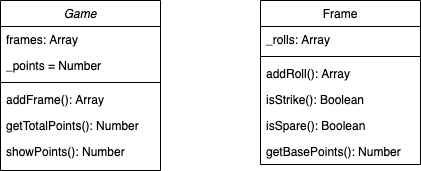
Earlier version of the draw.io export public/images/BowlingChallenge.png (makersacademy/bowling-challenge). Source tidied: cells renumbered, new cells last; positions are measured from the earlier drawing's top-left corner, leaving out a move shared by most shapes.
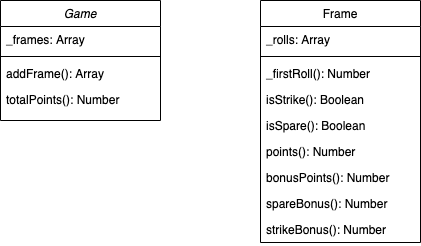
Later version of the same file.

Change to the diagram source:
```diff
@@ -3,28 +3,22 @@
     <mxCell id="0" />
     <mxCell id="1" parent="0" />
     <mxCell id="2" value="Game" style="swimlane;fontStyle=2;align=center;verticalAlign=top;horizontal=1;startSize=26;rounded=0;shadow=0;strokeWidth=1;" parent="1" vertex="1">
-      <mxGeometry width="160" height="170" as="geometry" />
+      <mxGeometry width="160" height="120" as="geometry" />
     </mxCell>
-    <mxCell id="3" value="frames: Array" style="text;align=left;verticalAlign=top;spacingLeft=4;spacingRight=4;overflow=hidden;" parent="2" vertex="1">
+    <mxCell id="3" value="_frames: Array" style="text;align=left;verticalAlign=top;spacingLeft=4;spacingRight=4;overflow=hidden;" parent="2" vertex="1">
       <mxGeometry y="26" width="160" height="26" as="geometry" />
     </mxCell>
-    <mxCell id="4" value="_points = Number" style="text;align=left;verticalAlign=top;spacingLeft=4;spacingRight=4;overflow=hidden;rounded=0;shadow=0;html=0;" parent="2" vertex="1">
-      <mxGeometry y="52" width="160" height="26" as="geometry" />
-    </mxCell>
     <mxCell id="5" style="line;html=1;strokeWidth=1;align=left;verticalAlign=middle;spacingTop=-1;spacingLeft=3;spacingRight=3;labelPosition=right;" parent="2" vertex="1">
-      <mxGeometry y="78" width="160" height="8" as="geometry" />
+      <mxGeometry y="52" width="160" height="8" as="geometry" />
     </mxCell>
     <mxCell id="6" value="addFrame(): Array" style="text;align=left;verticalAlign=top;spacingLeft=4;spacingRight=4;overflow=hidden;rounded=0;shadow=0;html=0;" parent="2" vertex="1">
-      <mxGeometry y="86" width="160" height="26" as="geometry" />
+      <mxGeometry y="60" width="160" height="26" as="geometry" />
     </mxCell>
-    <mxCell id="7" value="getTotalPoints(): Number" style="text;align=left;verticalAlign=top;spacingLeft=4;spacingRight=4;overflow=hidden;rounded=0;shadow=0;html=0;" parent="2" vertex="1">
-      <mxGeometry y="112" width="160" height="26" as="geometry" />
+    <mxCell id="7" value="totalPoints(): Number" style="text;align=left;verticalAlign=top;spacingLeft=4;spacingRight=4;overflow=hidden;rounded=0;shadow=0;html=0;" parent="2" vertex="1">
+      <mxGeometry y="86" width="160" height="26" as="geometry" />
     </mxCell>
-    <mxCell id="8" value="showPoints(): Number" style="text;align=left;verticalAlign=top;spacingLeft=4;spacingRight=4;overflow=hidden;rounded=0;shadow=0;html=0;" parent="2" vertex="1">
-      <mxGeometry y="138" width="160" height="26" as="geometry" />
-    </mxCell>
     <mxCell id="9" value="Frame" style="swimlane;fontStyle=0;align=center;verticalAlign=top;horizontal=1;startSize=26;rounded=0;shadow=0;strokeWidth=1;" parent="1" vertex="1">
-      <mxGeometry x="260" width="160" height="164" as="geometry" />
+      <mxGeometry x="260" width="160" height="242" as="geometry" />
     </mxCell>
     <mxCell id="10" value="_rolls: Array" style="text;align=left;verticalAlign=top;spacingLeft=4;spacingRight=4;overflow=hidden;" parent="9" vertex="1">
       <mxGeometry y="26" width="160" height="26" as="geometry" />
@@ -32,17 +26,26 @@
     <mxCell id="11" style="line;html=1;strokeWidth=1;align=left;verticalAlign=middle;spacingTop=-1;spacingLeft=3;spacingRight=3;labelPosition=right;" parent="9" vertex="1">
       <mxGeometry y="52" width="160" height="8" as="geometry" />
     </mxCell>
-    <mxCell id="12" value="addRoll(): Array" style="text;align=left;verticalAlign=top;spacingLeft=4;spacingRight=4;overflow=hidden;" parent="9" vertex="1">
-      <mxGeometry y="60" width="160" height="26" as="geometry" />
-    </mxCell>
+    <mxCell id="16" value="_firstRoll(): Number" style="text;align=left;verticalAlign=top;spacingLeft=4;spacingRight=4;overflow=hidden;" parent="9" vertex="1">
+      <mxGeometry y="60" width="160" height="26" as="geometry" />
+    </mxCell>
     <mxCell id="13" value="isStrike(): Boolean" style="text;align=left;verticalAlign=top;spacingLeft=4;spacingRight=4;overflow=hidden;" parent="9" vertex="1">
       <mxGeometry y="86" width="160" height="26" as="geometry" />
     </mxCell>
     <mxCell id="14" value="isSpare(): Boolean" style="text;align=left;verticalAlign=top;spacingLeft=4;spacingRight=4;overflow=hidden;" parent="9" vertex="1">
       <mxGeometry y="112" width="160" height="26" as="geometry" />
     </mxCell>
-    <mxCell id="15" value="getBasePoints(): Number" style="text;align=left;verticalAlign=top;spacingLeft=4;spacingRight=4;overflow=hidden;" parent="9" vertex="1">
+    <mxCell id="15" value="points(): Number" style="text;align=left;verticalAlign=top;spacingLeft=4;spacingRight=4;overflow=hidden;" parent="9" vertex="1">
       <mxGeometry y="138" width="160" height="26" as="geometry" />
     </mxCell>
+    <mxCell id="17" value="bonusPoints(): Number" style="text;align=left;verticalAlign=top;spacingLeft=4;spacingRight=4;overflow=hidden;" parent="9" vertex="1">
+      <mxGeometry y="164" width="160" height="26" as="geometry" />
+    </mxCell>
+    <mxCell id="18" value="spareBonus(): Number" style="text;align=left;verticalAlign=top;spacingLeft=4;spacingRight=4;overflow=hidden;" parent="9" vertex="1">
+      <mxGeometry y="190" width="160" height="26" as="geometry" />
+    </mxCell>
+    <mxCell id="19" value="strikeBonus(): Number" style="text;align=left;verticalAlign=top;spacingLeft=4;spacingRight=4;overflow=hidden;" parent="9" vertex="1">
+      <mxGeometry y="216" width="160" height="26" as="geometry" />
+    </mxCell>
   </root>
 </mxGraphModel>
```
